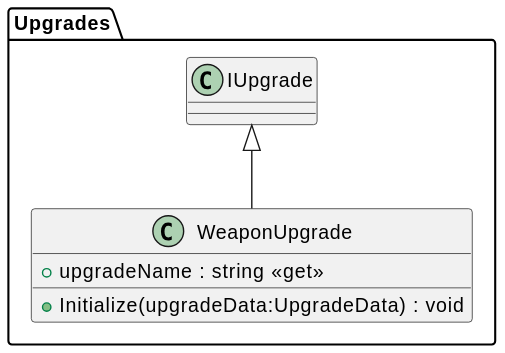
Earlier version of the PlantUML export plantuml/out/Upgrade/WeaponUpgrade.svg (asterisk-cn/RougueShooter).
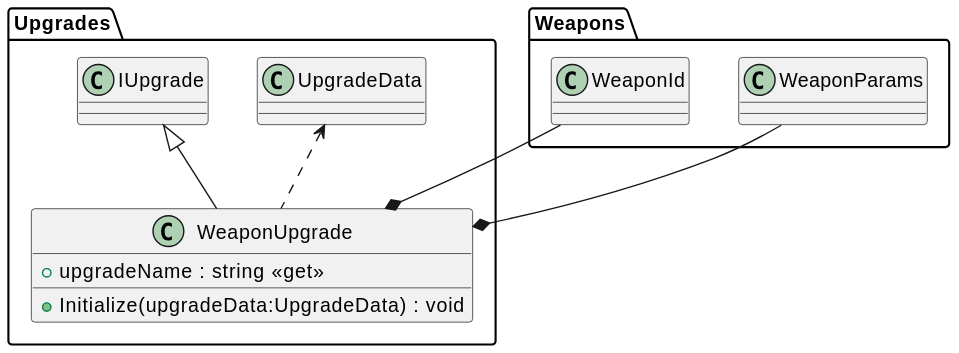
After the change.

What changed in the source:
```diff
@@ -4,6 +4,9 @@
     + upgradeName : string <<get>>
     + Initialize(upgradeData:UpgradeData) : void
 }
-IUpgrade <|-- WeaponUpgrade
 }
+Upgrades.IUpgrade <|-- WeaponUpgrade
+Weapons.WeaponId --* WeaponUpgrade
+Weapons.WeaponParams --* WeaponUpgrade
+Upgrades.UpgradeData <.. WeaponUpgrade
 @enduml
```
